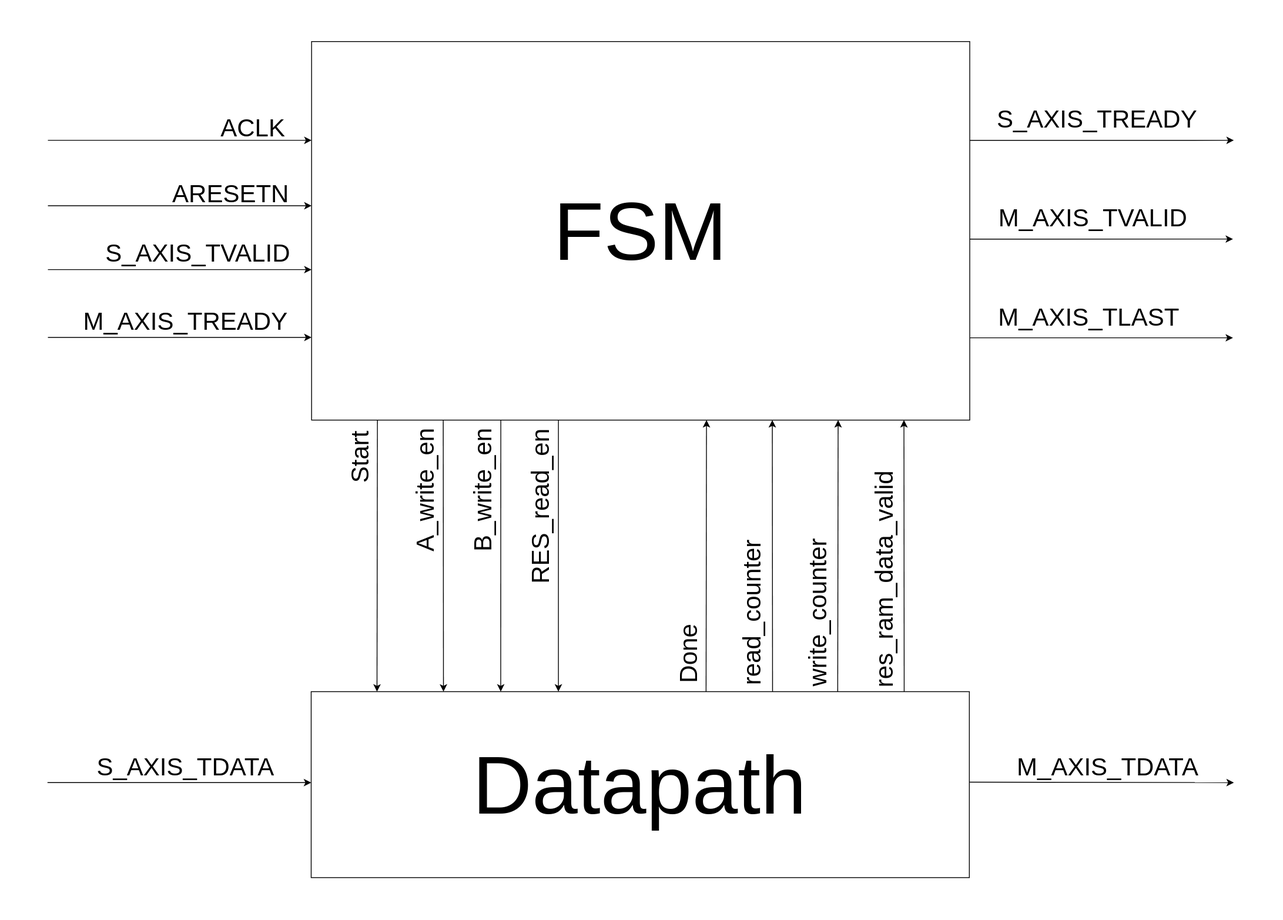
mendax1234/lecture-notes keeps this draw.io diagram as .gitbook/assets/fsm-structure.svg. Above is the earlier version. Source tidied: cells renumbered, new cells last; positions are measured from the earlier drawing's top-left corner, leaving out a move shared by most shapes. The source it was exported from:
```xml
<mxGraphModel>
  <root>
    <mxCell id="0" />
    <mxCell id="1" parent="0" />
    <mxCell id="2" value="&lt;font style=&quot;font-size: 100px;&quot;&gt;FSM&lt;/font&gt;" style="rounded=0;whiteSpace=wrap;html=1;" parent="1" vertex="1">
      <mxGeometry x="321" width="800" height="460" as="geometry" />
    </mxCell>
    <mxCell id="3" value="&lt;font style=&quot;font-size: 100px;&quot;&gt;Datapath&lt;/font&gt;" style="rounded=0;whiteSpace=wrap;html=1;" parent="1" vertex="1">
      <mxGeometry x="320.5" y="790" width="800" height="226" as="geometry" />
    </mxCell>
    <mxCell id="4" style="endArrow=classic;html=1;rounded=0;" parent="1" edge="1">
      <mxGeometry relative="1" as="geometry">
        <mxPoint x="0.5" y="120" as="sourcePoint" />
        <mxPoint x="321" y="120" as="targetPoint" />
      </mxGeometry>
    </mxCell>
    <mxCell id="5" value="&lt;font style=&quot;font-size: 30px;&quot;&gt;ACLK&lt;/font&gt;" style="text;html=1;whiteSpace=wrap;strokeColor=none;fillColor=none;align=center;verticalAlign=middle;rounded=0;" parent="1" vertex="1">
      <mxGeometry x="205" y="90" width="90" height="30" as="geometry" />
    </mxCell>
    <mxCell id="6" style="endArrow=classic;html=1;rounded=0;" parent="1" edge="1">
      <mxGeometry relative="1" as="geometry">
        <mxPoint x="0.5" y="199.5" as="sourcePoint" />
        <mxPoint x="321" y="199.5" as="targetPoint" />
      </mxGeometry>
    </mxCell>
    <mxCell id="7" value="&lt;font style=&quot;font-size: 30px;&quot;&gt;ARESETN&lt;/font&gt;" style="text;html=1;whiteSpace=wrap;strokeColor=none;fillColor=none;align=center;verticalAlign=middle;rounded=0;" parent="1" vertex="1">
      <mxGeometry x="151" y="169.5" width="144" height="30" as="geometry" />
    </mxCell>
    <mxCell id="8" style="endArrow=classic;html=1;rounded=0;" parent="1" edge="1">
      <mxGeometry relative="1" as="geometry">
        <mxPoint x="0.5" y="277.1" as="sourcePoint" />
        <mxPoint x="321" y="277.1" as="targetPoint" />
      </mxGeometry>
    </mxCell>
    <mxCell id="9" value="&lt;font style=&quot;font-size: 30px;&quot;&gt;S_AXIS_TVALID&lt;/font&gt;" style="text;html=1;whiteSpace=wrap;strokeColor=none;fillColor=none;align=center;verticalAlign=middle;rounded=0;" parent="1" vertex="1">
      <mxGeometry x="71" y="242.4" width="224" height="30" as="geometry" />
    </mxCell>
    <mxCell id="10" style="endArrow=classic;html=1;rounded=0;" parent="1" edge="1">
      <mxGeometry relative="1" as="geometry">
        <mxPoint x="0.5" y="359.5" as="sourcePoint" />
        <mxPoint x="321" y="359.5" as="targetPoint" />
      </mxGeometry>
    </mxCell>
    <mxCell id="11" value="&lt;font style=&quot;font-size: 30px;&quot;&gt;M_AXIS_TREADY&lt;/font&gt;" style="text;html=1;whiteSpace=wrap;strokeColor=none;fillColor=none;align=center;verticalAlign=middle;rounded=0;" parent="1" vertex="1">
      <mxGeometry x="41" y="325" width="254" height="30" as="geometry" />
    </mxCell>
    <mxCell id="12" style="endArrow=classic;html=1;rounded=0;" parent="1" edge="1">
      <mxGeometry relative="1" as="geometry">
        <mxPoint y="900.5" as="sourcePoint" />
        <mxPoint x="320.5" y="900.5" as="targetPoint" />
      </mxGeometry>
    </mxCell>
    <mxCell id="13" value="&lt;font style=&quot;font-size: 30px;&quot;&gt;S_AXIS_TDATA&lt;/font&gt;" style="text;html=1;whiteSpace=wrap;strokeColor=none;fillColor=none;align=center;verticalAlign=middle;rounded=0;" parent="1" vertex="1">
      <mxGeometry x="40.5" y="866" width="254" height="30" as="geometry" />
    </mxCell>
    <mxCell id="14" style="endArrow=classic;html=1;rounded=0;exitX=1;exitY=0.261;exitDx=0;exitDy=0;exitPerimeter=0;" parent="1" edge="1" source="2">
      <mxGeometry relative="1" as="geometry">
        <mxPoint x="1442" y="120" as="targetPoint" />
      </mxGeometry>
    </mxCell>
    <mxCell id="15" value="&lt;font style=&quot;font-size: 30px;&quot;&gt;S_AXIS_TREADY&lt;/font&gt;" style="text;html=1;whiteSpace=wrap;strokeColor=none;fillColor=none;align=center;verticalAlign=middle;rounded=0;" parent="1" vertex="1">
      <mxGeometry x="1151" y="79.2" width="250" height="30" as="geometry" />
    </mxCell>
    <mxCell id="16" style="endArrow=classic;html=1;rounded=0;exitX=1;exitY=0.522;exitDx=0;exitDy=0;exitPerimeter=0;" parent="1" edge="1" source="2">
      <mxGeometry relative="1" as="geometry">
        <mxPoint x="1441" y="240" as="targetPoint" />
      </mxGeometry>
    </mxCell>
    <mxCell id="17" value="&lt;font style=&quot;font-size: 30px;&quot;&gt;M_AXIS_TVALID&lt;/font&gt;" style="text;html=1;whiteSpace=wrap;strokeColor=none;fillColor=none;align=center;verticalAlign=middle;rounded=0;" parent="1" vertex="1">
      <mxGeometry x="1151" y="199.2" width="240" height="30" as="geometry" />
    </mxCell>
    <mxCell id="18" style="endArrow=classic;html=1;rounded=0;" parent="1" edge="1">
      <mxGeometry relative="1" as="geometry">
        <mxPoint x="1121" y="360" as="sourcePoint" />
        <mxPoint x="1441" y="360" as="targetPoint" />
      </mxGeometry>
    </mxCell>
    <mxCell id="19" value="&lt;font style=&quot;font-size: 30px;&quot;&gt;M_AXIS_TLAST&lt;/font&gt;" style="text;html=1;whiteSpace=wrap;strokeColor=none;fillColor=none;align=center;verticalAlign=middle;rounded=0;" parent="1" vertex="1">
      <mxGeometry x="1151" y="320.1" width="230" height="30" as="geometry" />
    </mxCell>
    <mxCell id="20" style="endArrow=classic;html=1;rounded=0;" parent="1" edge="1">
      <mxGeometry relative="1" as="geometry">
        <mxPoint x="1121" y="900" as="sourcePoint" />
        <mxPoint x="1442" y="900.5" as="targetPoint" />
      </mxGeometry>
    </mxCell>
    <mxCell id="21" value="&lt;font style=&quot;font-size: 30px;&quot;&gt;M_AXIS_TDATA&lt;/font&gt;" style="text;html=1;whiteSpace=wrap;strokeColor=none;fillColor=none;align=center;verticalAlign=middle;rounded=0;" parent="1" vertex="1">
      <mxGeometry x="1162" y="866" width="254" height="30" as="geometry" />
    </mxCell>
    <mxCell id="22" style="endArrow=classic;html=1;rounded=0;exitX=0.05;exitY=1;exitDx=0;exitDy=0;exitPerimeter=0;entryX=0.05;entryY=0;entryDx=0;entryDy=0;entryPerimeter=0;" parent="1" edge="1">
      <mxGeometry relative="1" as="geometry">
        <mxPoint x="401" y="460" as="sourcePoint" />
        <mxPoint x="400.5" y="790" as="targetPoint" />
      </mxGeometry>
    </mxCell>
    <mxCell id="23" value="&lt;font style=&quot;font-size: 30px;&quot;&gt;Start&lt;/font&gt;" style="text;html=1;whiteSpace=wrap;strokeColor=none;fillColor=none;align=center;verticalAlign=middle;rounded=0;rotation=270;" parent="1" vertex="1">
      <mxGeometry x="345" y="490" width="70" height="30" as="geometry" />
    </mxCell>
    <mxCell id="24" style="endArrow=classic;html=1;rounded=0;entryX=0.151;entryY=0;entryDx=0;entryDy=0;entryPerimeter=0;" parent="1" edge="1">
      <mxGeometry relative="1" as="geometry">
        <mxPoint x="481" y="460" as="sourcePoint" />
        <mxPoint x="481.3" y="790" as="targetPoint" />
      </mxGeometry>
    </mxCell>
    <mxCell id="25" value="&lt;font style=&quot;font-size: 30px;&quot;&gt;A_write_en&lt;/font&gt;" style="text;html=1;whiteSpace=wrap;strokeColor=none;fillColor=none;align=center;verticalAlign=middle;rounded=0;rotation=270;" parent="1" vertex="1">
      <mxGeometry x="381" y="530" width="156" height="30" as="geometry" />
    </mxCell>
    <mxCell id="26" style="endArrow=classic;html=1;rounded=0;entryX=0.238;entryY=0;entryDx=0;entryDy=0;entryPerimeter=0;" parent="1" edge="1">
      <mxGeometry relative="1" as="geometry">
        <mxPoint x="551" y="460" as="sourcePoint" />
        <mxPoint x="550.9" y="790" as="targetPoint" />
      </mxGeometry>
    </mxCell>
    <mxCell id="27" value="&lt;font style=&quot;font-size: 30px;&quot;&gt;B_write_en&lt;/font&gt;" style="text;html=1;whiteSpace=wrap;strokeColor=none;fillColor=none;align=center;verticalAlign=middle;rounded=0;rotation=270;" parent="1" vertex="1">
      <mxGeometry x="451" y="530" width="156" height="30" as="geometry" />
    </mxCell>
    <mxCell id="28" style="endArrow=classic;html=1;rounded=0;" parent="1" edge="1">
      <mxGeometry relative="1" as="geometry">
        <mxPoint x="621" y="460" as="sourcePoint" />
        <mxPoint x="621" y="790" as="targetPoint" />
      </mxGeometry>
    </mxCell>
    <mxCell id="29" value="&lt;font style=&quot;font-size: 30px;&quot;&gt;RES_read_en&lt;/font&gt;" style="text;html=1;whiteSpace=wrap;strokeColor=none;fillColor=none;align=center;verticalAlign=middle;rounded=0;rotation=270;" parent="1" vertex="1">
      <mxGeometry x="501" y="550" width="196" height="30" as="geometry" />
    </mxCell>
    <mxCell id="30" style="endArrow=classic;html=1;rounded=0;exitX=0.55;exitY=0;exitDx=0;exitDy=0;exitPerimeter=0;" parent="1" edge="1">
      <mxGeometry relative="1" as="geometry">
        <mxPoint x="800.5" y="790" as="sourcePoint" />
        <mxPoint x="801" y="460" as="targetPoint" />
      </mxGeometry>
    </mxCell>
    <mxCell id="31" value="&lt;font style=&quot;font-size: 30px;&quot;&gt;Done&lt;/font&gt;" style="text;html=1;whiteSpace=wrap;strokeColor=none;fillColor=none;align=center;verticalAlign=middle;rounded=0;rotation=270;" parent="1" vertex="1">
      <mxGeometry x="734" y="729" width="90" height="30" as="geometry" />
    </mxCell>
    <mxCell id="32" style="endArrow=classic;html=1;rounded=0;exitX=0.651;exitY=0;exitDx=0;exitDy=0;exitPerimeter=0;" parent="1" edge="1">
      <mxGeometry relative="1" as="geometry">
        <mxPoint x="881.3" y="790" as="sourcePoint" />
        <mxPoint x="881" y="460" as="targetPoint" />
      </mxGeometry>
    </mxCell>
    <mxCell id="33" value="&lt;font style=&quot;font-size: 30px;&quot;&gt;read_counter&lt;/font&gt;" style="text;html=1;whiteSpace=wrap;strokeColor=none;fillColor=none;align=center;verticalAlign=middle;rounded=0;rotation=270;" parent="1" vertex="1">
      <mxGeometry x="761" y="679" width="190" height="30" as="geometry" />
    </mxCell>
    <mxCell id="34" style="endArrow=classic;html=1;rounded=0;exitX=0.75;exitY=0;exitDx=0;exitDy=0;" parent="1" edge="1">
      <mxGeometry relative="1" as="geometry">
        <mxPoint x="960.5" y="790" as="sourcePoint" />
        <mxPoint x="961" y="460" as="targetPoint" />
      </mxGeometry>
    </mxCell>
    <mxCell id="35" value="&lt;font style=&quot;font-size: 30px;&quot;&gt;write_counter&lt;/font&gt;" style="text;html=1;whiteSpace=wrap;strokeColor=none;fillColor=none;align=center;verticalAlign=middle;rounded=0;rotation=270;" parent="1" vertex="1">
      <mxGeometry x="841" y="679" width="190" height="30" as="geometry" />
    </mxCell>
    <mxCell id="36" style="endArrow=classic;html=1;rounded=0;exitX=0.851;exitY=0;exitDx=0;exitDy=0;exitPerimeter=0;entryX=0.85;entryY=1;entryDx=0;entryDy=0;entryPerimeter=0;" parent="1" edge="1">
      <mxGeometry relative="1" as="geometry">
        <mxPoint x="1041.3" y="790" as="sourcePoint" />
        <mxPoint x="1041" y="460" as="targetPoint" />
      </mxGeometry>
    </mxCell>
    <mxCell id="37" value="&lt;font style=&quot;font-size: 30px;&quot;&gt;res_ram_data_valid&lt;/font&gt;" style="text;html=1;whiteSpace=wrap;strokeColor=none;fillColor=none;align=center;verticalAlign=middle;rounded=0;rotation=270;" parent="1" vertex="1">
      <mxGeometry x="884.5" y="639" width="265" height="30" as="geometry" />
    </mxCell>
  </root>
</mxGraphModel>
```
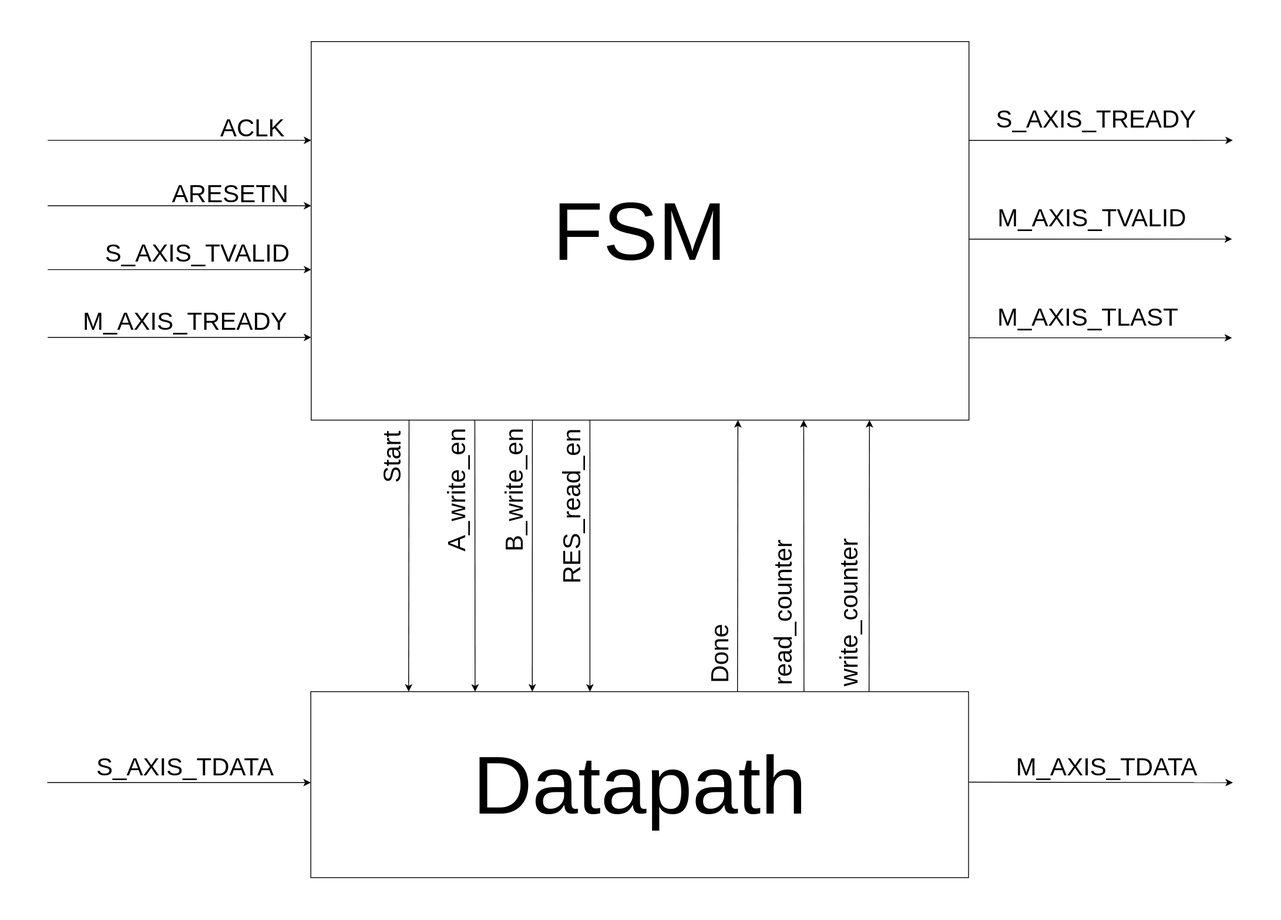
The same file after the commit.

What changed in the source:
```diff
@@ -89,75 +89,66 @@
     </mxCell>
     <mxCell id="22" style="endArrow=classic;html=1;rounded=0;exitX=0.05;exitY=1;exitDx=0;exitDy=0;exitPerimeter=0;entryX=0.05;entryY=0;entryDx=0;entryDy=0;entryPerimeter=0;" parent="1" edge="1">
       <mxGeometry relative="1" as="geometry">
-        <mxPoint x="401" y="460" as="sourcePoint" />
-        <mxPoint x="400.5" y="790" as="targetPoint" />
+        <mxPoint x="440" y="460" as="sourcePoint" />
+        <mxPoint x="439.5" y="790" as="targetPoint" />
       </mxGeometry>
     </mxCell>
     <mxCell id="23" value="&lt;font style=&quot;font-size: 30px;&quot;&gt;Start&lt;/font&gt;" style="text;html=1;whiteSpace=wrap;strokeColor=none;fillColor=none;align=center;verticalAlign=middle;rounded=0;rotation=270;" parent="1" vertex="1">
-      <mxGeometry x="345" y="490" width="70" height="30" as="geometry" />
+      <mxGeometry x="384" y="490" width="70" height="30" as="geometry" />
     </mxCell>
     <mxCell id="24" style="endArrow=classic;html=1;rounded=0;entryX=0.151;entryY=0;entryDx=0;entryDy=0;entryPerimeter=0;" parent="1" edge="1">
       <mxGeometry relative="1" as="geometry">
-        <mxPoint x="481" y="460" as="sourcePoint" />
-        <mxPoint x="481.3" y="790" as="targetPoint" />
+        <mxPoint x="520" y="460" as="sourcePoint" />
+        <mxPoint x="520.3" y="790" as="targetPoint" />
       </mxGeometry>
     </mxCell>
     <mxCell id="25" value="&lt;font style=&quot;font-size: 30px;&quot;&gt;A_write_en&lt;/font&gt;" style="text;html=1;whiteSpace=wrap;strokeColor=none;fillColor=none;align=center;verticalAlign=middle;rounded=0;rotation=270;" parent="1" vertex="1">
-      <mxGeometry x="381" y="530" width="156" height="30" as="geometry" />
+      <mxGeometry x="420" y="530" width="156" height="30" as="geometry" />
     </mxCell>
     <mxCell id="26" style="endArrow=classic;html=1;rounded=0;entryX=0.238;entryY=0;entryDx=0;entryDy=0;entryPerimeter=0;" parent="1" edge="1">
       <mxGeometry relative="1" as="geometry">
-        <mxPoint x="551" y="460" as="sourcePoint" />
-        <mxPoint x="550.9" y="790" as="targetPoint" />
+        <mxPoint x="590" y="460" as="sourcePoint" />
+        <mxPoint x="589.9" y="790" as="targetPoint" />
       </mxGeometry>
     </mxCell>
     <mxCell id="27" value="&lt;font style=&quot;font-size: 30px;&quot;&gt;B_write_en&lt;/font&gt;" style="text;html=1;whiteSpace=wrap;strokeColor=none;fillColor=none;align=center;verticalAlign=middle;rounded=0;rotation=270;" parent="1" vertex="1">
-      <mxGeometry x="451" y="530" width="156" height="30" as="geometry" />
+      <mxGeometry x="490" y="530" width="156" height="30" as="geometry" />
     </mxCell>
     <mxCell id="28" style="endArrow=classic;html=1;rounded=0;" parent="1" edge="1">
       <mxGeometry relative="1" as="geometry">
-        <mxPoint x="621" y="460" as="sourcePoint" />
-        <mxPoint x="621" y="790" as="targetPoint" />
+        <mxPoint x="660" y="460" as="sourcePoint" />
+        <mxPoint x="660" y="790" as="targetPoint" />
       </mxGeometry>
     </mxCell>
     <mxCell id="29" value="&lt;font style=&quot;font-size: 30px;&quot;&gt;RES_read_en&lt;/font&gt;" style="text;html=1;whiteSpace=wrap;strokeColor=none;fillColor=none;align=center;verticalAlign=middle;rounded=0;rotation=270;" parent="1" vertex="1">
-      <mxGeometry x="501" y="550" width="196" height="30" as="geometry" />
+      <mxGeometry x="540" y="550" width="196" height="30" as="geometry" />
     </mxCell>
     <mxCell id="30" style="endArrow=classic;html=1;rounded=0;exitX=0.55;exitY=0;exitDx=0;exitDy=0;exitPerimeter=0;" parent="1" edge="1">
       <mxGeometry relative="1" as="geometry">
-        <mxPoint x="800.5" y="790" as="sourcePoint" />
-        <mxPoint x="801" y="460" as="targetPoint" />
+        <mxPoint x="839.5" y="790" as="sourcePoint" />
+        <mxPoint x="840" y="460" as="targetPoint" />
       </mxGeometry>
     </mxCell>
     <mxCell id="31" value="&lt;font style=&quot;font-size: 30px;&quot;&gt;Done&lt;/font&gt;" style="text;html=1;whiteSpace=wrap;strokeColor=none;fillColor=none;align=center;verticalAlign=middle;rounded=0;rotation=270;" parent="1" vertex="1">
-      <mxGeometry x="734" y="729" width="90" height="30" as="geometry" />
+      <mxGeometry x="773" y="729" width="90" height="30" as="geometry" />
     </mxCell>
     <mxCell id="32" style="endArrow=classic;html=1;rounded=0;exitX=0.651;exitY=0;exitDx=0;exitDy=0;exitPerimeter=0;" parent="1" edge="1">
       <mxGeometry relative="1" as="geometry">
-        <mxPoint x="881.3" y="790" as="sourcePoint" />
-        <mxPoint x="881" y="460" as="targetPoint" />
+        <mxPoint x="920.3" y="790" as="sourcePoint" />
+        <mxPoint x="920" y="460" as="targetPoint" />
       </mxGeometry>
     </mxCell>
     <mxCell id="33" value="&lt;font style=&quot;font-size: 30px;&quot;&gt;read_counter&lt;/font&gt;" style="text;html=1;whiteSpace=wrap;strokeColor=none;fillColor=none;align=center;verticalAlign=middle;rounded=0;rotation=270;" parent="1" vertex="1">
-      <mxGeometry x="761" y="679" width="190" height="30" as="geometry" />
+      <mxGeometry x="800" y="679" width="190" height="30" as="geometry" />
     </mxCell>
     <mxCell id="34" style="endArrow=classic;html=1;rounded=0;exitX=0.75;exitY=0;exitDx=0;exitDy=0;" parent="1" edge="1">
       <mxGeometry relative="1" as="geometry">
-        <mxPoint x="960.5" y="790" as="sourcePoint" />
-        <mxPoint x="961" y="460" as="targetPoint" />
+        <mxPoint x="999.5" y="790" as="sourcePoint" />
+        <mxPoint x="1000" y="460" as="targetPoint" />
       </mxGeometry>
     </mxCell>
     <mxCell id="35" value="&lt;font style=&quot;font-size: 30px;&quot;&gt;write_counter&lt;/font&gt;" style="text;html=1;whiteSpace=wrap;strokeColor=none;fillColor=none;align=center;verticalAlign=middle;rounded=0;rotation=270;" parent="1" vertex="1">
-      <mxGeometry x="841" y="679" width="190" height="30" as="geometry" />
+      <mxGeometry x="880" y="679" width="190" height="30" as="geometry" />
     </mxCell>
-    <mxCell id="36" style="endArrow=classic;html=1;rounded=0;exitX=0.851;exitY=0;exitDx=0;exitDy=0;exitPerimeter=0;entryX=0.85;entryY=1;entryDx=0;entryDy=0;entryPerimeter=0;" parent="1" edge="1">
-      <mxGeometry relative="1" as="geometry">
-        <mxPoint x="1041.3" y="790" as="sourcePoint" />
-        <mxPoint x="1041" y="460" as="targetPoint" />
-      </mxGeometry>
-    </mxCell>
-    <mxCell id="37" value="&lt;font style=&quot;font-size: 30px;&quot;&gt;res_ram_data_valid&lt;/font&gt;" style="text;html=1;whiteSpace=wrap;strokeColor=none;fillColor=none;align=center;verticalAlign=middle;rounded=0;rotation=270;" parent="1" vertex="1">
-      <mxGeometry x="884.5" y="639" width="265" height="30" as="geometry" />
-    </mxCell>
   </root>
 </mxGraphModel>
```
